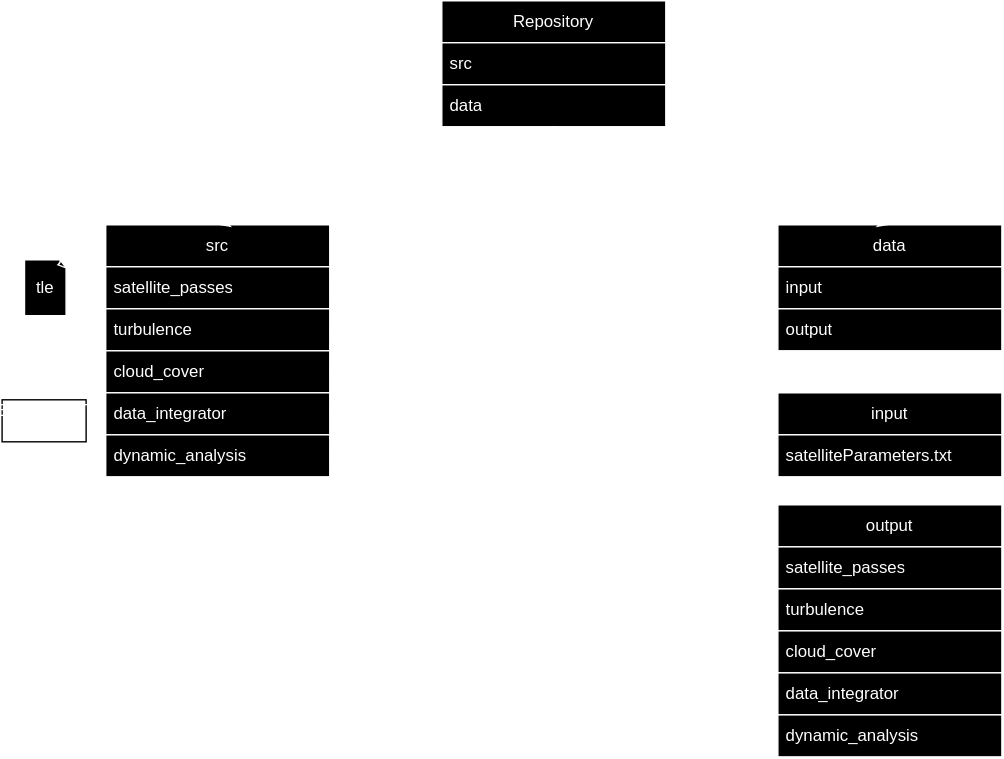
Earlier version of the draw.io export assets/software_architecture_vF.svg (connor-a-casey/fso-simulation). Source tidied: cells renumbered, new cells last; positions are measured from the earlier drawing's top-left corner, leaving out a move shared by most shapes.
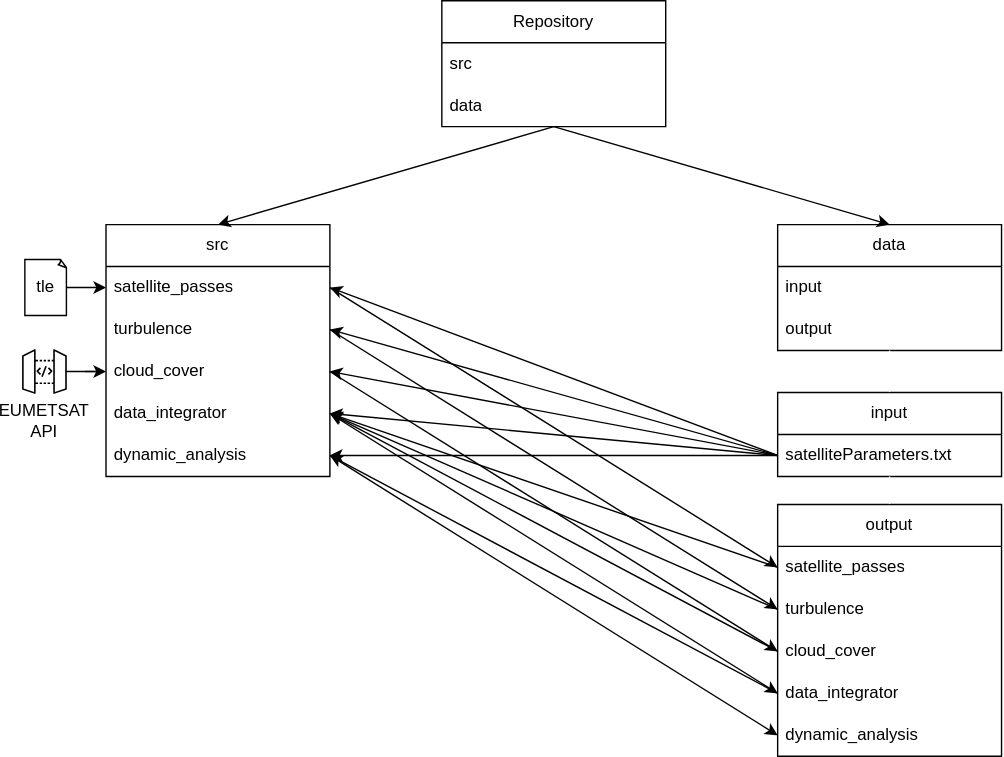
The same file after the commit.

The edit, as a diff of the source:
```diff
@@ -1,2 +1,2 @@
-<mxGraphModel>
+<mxGraphModel background="#ffffff">
   <root>
@@ -4,66 +4,68 @@
     <mxCell id="1" parent="0" />
-    <mxCell id="2" value="Repository" style="swimlane;fontStyle=0;horizontal=1;startSize=30;whiteSpace=wrap;html=1;strokeColor=#FFFFFF;fontColor=#FFFFFF;fillColor=#000000;" parent="1" vertex="1">
+    <mxCell id="2" value="Repository" style="swimlane;fontStyle=0;horizontal=1;startSize=30;whiteSpace=wrap;html=1;fillColor=none;" parent="1" vertex="1">
       <mxGeometry x="314" width="160" height="90" as="geometry" />
     </mxCell>
-    <mxCell id="3" value="src" style="text;strokeColor=#FFFFFF;fillColor=#000000;align=left;verticalAlign=middle;spacingLeft=4;spacingRight=4;overflow=hidden;whiteSpace=wrap;html=1;fontColor=#FFFFFF;" parent="2" vertex="1">
+    <mxCell id="3" value="src" style="text;fillColor=none;align=left;verticalAlign=middle;spacingLeft=4;spacingRight=4;overflow=hidden;whiteSpace=wrap;html=1;" parent="2" vertex="1">
       <mxGeometry y="30" width="160" height="30" as="geometry" />
     </mxCell>
-    <mxCell id="4" value="data" style="text;strokeColor=#FFFFFF;fillColor=#000000;align=left;verticalAlign=middle;spacingLeft=4;spacingRight=4;overflow=hidden;whiteSpace=wrap;html=1;fontColor=#FFFFFF;" parent="2" vertex="1">
+    <mxCell id="4" value="data" style="text;fillColor=none;align=left;verticalAlign=middle;spacingLeft=4;spacingRight=4;overflow=hidden;whiteSpace=wrap;html=1;" parent="2" vertex="1">
       <mxGeometry y="60" width="160" height="30" as="geometry" />
     </mxCell>
-    <mxCell id="5" value="src" style="swimlane;fontStyle=0;horizontal=1;startSize=30;whiteSpace=wrap;html=1;strokeColor=#FFFFFF;fontColor=#FFFFFF;fillColor=#000000;" parent="1" vertex="1">
+    <mxCell id="5" value="src" style="swimlane;fontStyle=0;horizontal=1;startSize=30;whiteSpace=wrap;html=1;fillColor=none;" parent="1" vertex="1">
       <mxGeometry x="74" y="160" width="160" height="180" as="geometry" />
     </mxCell>
-    <mxCell id="6" value="satellite_passes" style="text;strokeColor=#FFFFFF;fillColor=#000000;align=left;verticalAlign=middle;spacingLeft=4;spacingRight=4;overflow=hidden;points=[[0,0.5],[1,0.5]];portConstraint=eastwest;whiteSpace=wrap;html=1;fontColor=#FFFFFF;" parent="5" vertex="1">
+    <mxCell id="6" value="satellite_passes" style="text;fillColor=none;align=left;verticalAlign=middle;spacingLeft=4;spacingRight=4;overflow=hidden;points=[[0,0.5],[1,0.5]];portConstraint=eastwest;whiteSpace=wrap;html=1;" parent="5" vertex="1">
       <mxGeometry y="30" width="160" height="30" as="geometry" />
     </mxCell>
-    <mxCell id="7" value="turbulence" style="text;strokeColor=#FFFFFF;fillColor=#000000;align=left;verticalAlign=middle;spacingLeft=4;spacingRight=4;overflow=hidden;points=[[0,0.5],[1,0.5]];portConstraint=eastwest;whiteSpace=wrap;html=1;fontColor=#FFFFFF;" parent="5" vertex="1">
+    <mxCell id="7" value="turbulence" style="text;fillColor=none;align=left;verticalAlign=middle;spacingLeft=4;spacingRight=4;overflow=hidden;points=[[0,0.5],[1,0.5]];portConstraint=eastwest;whiteSpace=wrap;html=1;" parent="5" vertex="1">
       <mxGeometry y="60" width="160" height="30" as="geometry" />
     </mxCell>
-    <mxCell id="8" value="cloud_cover" style="text;strokeColor=#FFFFFF;fillColor=#000000;align=left;verticalAlign=middle;spacingLeft=4;spacingRight=4;overflow=hidden;points=[[0,0.5],[1,0.5]];portConstraint=eastwest;whiteSpace=wrap;html=1;fontColor=#FFFFFF;" parent="5" vertex="1">
+    <mxCell id="8" value="cloud_cover" style="text;fillColor=none;align=left;verticalAlign=middle;spacingLeft=4;spacingRight=4;overflow=hidden;points=[[0,0.5],[1,0.5]];portConstraint=eastwest;whiteSpace=wrap;html=1;" parent="5" vertex="1">
       <mxGeometry y="90" width="160" height="30" as="geometry" />
     </mxCell>
-    <mxCell id="9" value="data_integrator" style="text;strokeColor=#FFFFFF;fillColor=#000000;align=left;verticalAlign=middle;spacingLeft=4;spacingRight=4;overflow=hidden;points=[[0,0.5],[1,0.5]];portConstraint=eastwest;whiteSpace=wrap;html=1;fontColor=#FFFFFF;" parent="5" vertex="1">
+    <mxCell id="9" value="data_integrator" style="text;fillColor=none;align=left;verticalAlign=middle;spacingLeft=4;spacingRight=4;overflow=hidden;points=[[0,0.5],[1,0.5]];portConstraint=eastwest;whiteSpace=wrap;html=1;" parent="5" vertex="1">
       <mxGeometry y="120" width="160" height="30" as="geometry" />
     </mxCell>
-    <mxCell id="10" value="dynamic_analysis" style="text;strokeColor=#FFFFFF;fillColor=#000000;align=left;verticalAlign=middle;spacingLeft=4;spacingRight=4;overflow=hidden;points=[[0,0.5],[1,0.5]];portConstraint=eastwest;whiteSpace=wrap;html=1;fontColor=#FFFFFF;" parent="5" vertex="1">
+    <mxCell id="10" value="dynamic_analysis" style="text;fillColor=none;align=left;verticalAlign=middle;spacingLeft=4;spacingRight=4;overflow=hidden;points=[[0,0.5],[1,0.5]];portConstraint=eastwest;whiteSpace=wrap;html=1;" parent="5" vertex="1">
       <mxGeometry y="150" width="160" height="30" as="geometry" />
     </mxCell>
-    <mxCell id="11" value="data" style="swimlane;fontStyle=0;horizontal=1;startSize=30;whiteSpace=wrap;html=1;strokeColor=#FFFFFF;fontColor=#FFFFFF;fillColor=#000000;" parent="1" vertex="1">
+    <mxCell id="11" value="data" style="swimlane;fontStyle=0;horizontal=1;startSize=30;whiteSpace=wrap;html=1;fillColor=none;" parent="1" vertex="1">
       <mxGeometry x="554" y="160" width="160" height="90" as="geometry" />
     </mxCell>
-    <mxCell id="12" value="input" style="text;strokeColor=#FFFFFF;fillColor=#000000;align=left;verticalAlign=middle;spacingLeft=4;spacingRight=4;overflow=hidden;whiteSpace=wrap;html=1;fontColor=#FFFFFF;" parent="11" vertex="1">
+    <mxCell id="12" value="input" style="text;fillColor=none;align=left;verticalAlign=middle;spacingLeft=4;spacingRight=4;overflow=hidden;whiteSpace=wrap;html=1;" parent="11" vertex="1">
       <mxGeometry y="30" width="160" height="30" as="geometry" />
     </mxCell>
-    <mxCell id="13" value="output" style="text;strokeColor=#FFFFFF;fillColor=#000000;align=left;verticalAlign=middle;spacingLeft=4;spacingRight=4;overflow=hidden;whiteSpace=wrap;html=1;fontColor=#FFFFFF;" parent="11" vertex="1">
+    <mxCell id="13" value="output" style="text;fillColor=none;align=left;verticalAlign=middle;spacingLeft=4;spacingRight=4;overflow=hidden;whiteSpace=wrap;html=1;" parent="11" vertex="1">
       <mxGeometry y="60" width="160" height="30" as="geometry" />
     </mxCell>
-    <mxCell id="14" value="input" style="swimlane;fontStyle=0;horizontal=1;startSize=30;whiteSpace=wrap;html=1;strokeColor=#FFFFFF;fontColor=#FFFFFF;fillColor=#000000;" parent="1" vertex="1">
+    <mxCell id="14" value="input" style="swimlane;fontStyle=0;horizontal=1;startSize=30;whiteSpace=wrap;html=1;fillColor=none;" parent="1" vertex="1">
       <mxGeometry x="554" y="280" width="160" height="60" as="geometry" />
     </mxCell>
-    <mxCell id="15" value="satelliteParameters.txt" style="text;strokeColor=#FFFFFF;fillColor=#000000;align=left;verticalAlign=middle;spacingLeft=4;spacingRight=4;overflow=hidden;points=[[0,0.5],[1,0.5]];portConstraint=eastwest;whiteSpace=wrap;html=1;fontColor=#FFFFFF;" parent="14" vertex="1">
+    <mxCell id="15" value="satelliteParameters.txt" style="text;fillColor=none;align=left;verticalAlign=middle;spacingLeft=4;spacingRight=4;overflow=hidden;points=[[0,0.5],[1,0.5]];portConstraint=eastwest;whiteSpace=wrap;html=1;" parent="14" vertex="1">
       <mxGeometry y="30" width="160" height="30" as="geometry" />
     </mxCell>
-    <mxCell id="16" value="output" style="swimlane;fontStyle=0;horizontal=1;startSize=30;whiteSpace=wrap;html=1;strokeColor=#FFFFFF;fontColor=#FFFFFF;fillColor=#000000;" parent="1" vertex="1">
+    <mxCell id="16" value="output" style="swimlane;fontStyle=0;horizontal=1;startSize=30;whiteSpace=wrap;html=1;fillColor=none;" parent="1" vertex="1">
       <mxGeometry x="554" y="360" width="160" height="180" as="geometry" />
     </mxCell>
-    <mxCell id="17" value="satellite_passes" style="text;strokeColor=#FFFFFF;fillColor=#000000;align=left;verticalAlign=middle;spacingLeft=4;spacingRight=4;overflow=hidden;points=[[0,0.5],[1,0.5]];portConstraint=eastwest;whiteSpace=wrap;html=1;fontColor=#FFFFFF;" parent="16" vertex="1">
+    <mxCell id="17" value="satellite_passes" style="text;fillColor=none;align=left;verticalAlign=middle;spacingLeft=4;spacingRight=4;overflow=hidden;points=[[0,0.5],[1,0.5]];portConstraint=eastwest;whiteSpace=wrap;html=1;" parent="16" vertex="1">
       <mxGeometry y="30" width="160" height="30" as="geometry" />
     </mxCell>
-    <mxCell id="18" value="turbulence" style="text;strokeColor=#FFFFFF;fillColor=#000000;align=left;verticalAlign=middle;spacingLeft=4;spacingRight=4;overflow=hidden;points=[[0,0.5],[1,0.5]];portConstraint=eastwest;whiteSpace=wrap;html=1;fontColor=#FFFFFF;" parent="16" vertex="1">
+    <mxCell id="18" value="turbulence" style="text;fillColor=none;align=left;verticalAlign=middle;spacingLeft=4;spacingRight=4;overflow=hidden;points=[[0,0.5],[1,0.5]];portConstraint=eastwest;whiteSpace=wrap;html=1;" parent="16" vertex="1">
       <mxGeometry y="60" width="160" height="30" as="geometry" />
     </mxCell>
-    <mxCell id="19" value="cloud_cover" style="text;strokeColor=#FFFFFF;fillColor=#000000;align=left;verticalAlign=middle;spacingLeft=4;spacingRight=4;overflow=hidden;points=[[0,0.5],[1,0.5]];portConstraint=eastwest;whiteSpace=wrap;html=1;fontColor=#FFFFFF;" parent="16" vertex="1">
+    <mxCell id="19" value="cloud_cover" style="text;fillColor=none;align=left;verticalAlign=middle;spacingLeft=4;spacingRight=4;overflow=hidden;points=[[0,0.5],[1,0.5]];portConstraint=eastwest;whiteSpace=wrap;html=1;" parent="16" vertex="1">
       <mxGeometry y="90" width="160" height="30" as="geometry" />
     </mxCell>
-    <mxCell id="20" value="data_integrator" style="text;strokeColor=#FFFFFF;fillColor=#000000;align=left;verticalAlign=middle;spacingLeft=4;spacingRight=4;overflow=hidden;points=[[0,0.5],[1,0.5]];portConstraint=eastwest;whiteSpace=wrap;html=1;fontColor=#FFFFFF;" parent="16" vertex="1">
+    <mxCell id="20" value="data_integrator" style="text;fillColor=none;align=left;verticalAlign=middle;spacingLeft=4;spacingRight=4;overflow=hidden;points=[[0,0.5],[1,0.5]];portConstraint=eastwest;whiteSpace=wrap;html=1;" parent="16" vertex="1">
       <mxGeometry y="120" width="160" height="30" as="geometry" />
     </mxCell>
-    <mxCell id="21" value="dynamic_analysis" style="text;strokeColor=#FFFFFF;fillColor=#000000;align=left;verticalAlign=middle;spacingLeft=4;spacingRight=4;overflow=hidden;points=[[0,0.5],[1,0.5]];portConstraint=eastwest;whiteSpace=wrap;html=1;fontColor=#FFFFFF;" parent="16" vertex="1">
+    <mxCell id="21" value="dynamic_analysis" style="text;fillColor=none;align=left;verticalAlign=middle;spacingLeft=4;spacingRight=4;overflow=hidden;points=[[0,0.5],[1,0.5]];portConstraint=eastwest;whiteSpace=wrap;html=1;" parent="16" vertex="1">
       <mxGeometry y="150" width="160" height="30" as="geometry" />
     </mxCell>
-    <mxCell id="22" style="endArrow=classic;html=1;rounded=0;exitX=0.5;exitY=1;exitDx=0;exitDy=0;entryX=0.5;entryY=0;entryDx=0;entryDy=0;strokeColor=#FFFFFF;fontColor=#FFFFFF;" parent="1" edge="1" source="2" target="5">
-      <mxGeometry relative="1" as="geometry" />
+    <mxCell id="22" style="endArrow=classic;html=1;rounded=0;exitX=0.5;exitY=1;exitDx=0;exitDy=0;fontColor=#FFFFFF;fillColor=none;" parent="1" edge="1" source="2">
+      <mxGeometry relative="1" as="geometry">
+        <mxPoint x="154" y="160" as="targetPoint" />
+      </mxGeometry>
     </mxCell>
-    <mxCell id="23" style="endArrow=classic;html=1;rounded=0;exitX=0.5;exitY=1;exitDx=0;exitDy=0;entryX=0.5;entryY=0;entryDx=0;entryDy=0;strokeColor=#FFFFFF;fontColor=#FFFFFF;" parent="1" edge="1" source="2" target="11">
+    <mxCell id="23" style="endArrow=classic;html=1;rounded=0;exitX=0.5;exitY=1;exitDx=0;exitDy=0;entryX=0.5;entryY=0;entryDx=0;entryDy=0;fontColor=#FFFFFF;fillColor=none;" parent="1" edge="1" source="2" target="11">
       <mxGeometry relative="1" as="geometry" />
@@ -78,15 +80,15 @@
     </mxCell>
-    <mxCell id="26" style="endArrow=classic;html=1;rounded=0;exitX=0;exitY=0.5;exitDx=0;exitDy=0;entryX=1;entryY=0.5;entryDx=0;entryDy=0;strokeColor=#FFFFFF;fontColor=#FFFFFF;" parent="1" edge="1" source="15" target="6">
+    <mxCell id="26" style="endArrow=classic;html=1;rounded=0;exitX=0;exitY=0.5;exitDx=0;exitDy=0;entryX=1;entryY=0.5;entryDx=0;entryDy=0;fontColor=#FFFFFF;fillColor=none;" parent="1" edge="1" source="15" target="6">
       <mxGeometry relative="1" as="geometry" />
     </mxCell>
-    <mxCell id="27" style="endArrow=classic;html=1;rounded=0;exitX=0;exitY=0.5;exitDx=0;exitDy=0;entryX=1;entryY=0.5;entryDx=0;entryDy=0;strokeColor=#FFFFFF;fontColor=#FFFFFF;" parent="1" edge="1" source="15" target="7">
+    <mxCell id="27" style="endArrow=classic;html=1;rounded=0;exitX=0;exitY=0.5;exitDx=0;exitDy=0;entryX=1;entryY=0.5;entryDx=0;entryDy=0;fontColor=#FFFFFF;fillColor=none;" parent="1" edge="1" source="15" target="7">
       <mxGeometry relative="1" as="geometry" />
     </mxCell>
-    <mxCell id="28" style="endArrow=classic;html=1;rounded=0;exitX=0;exitY=0.5;exitDx=0;exitDy=0;entryX=1;entryY=0.5;entryDx=0;entryDy=0;strokeColor=#FFFFFF;fontColor=#FFFFFF;" parent="1" edge="1" source="15" target="8">
+    <mxCell id="28" style="endArrow=classic;html=1;rounded=0;exitX=0;exitY=0.5;exitDx=0;exitDy=0;entryX=1;entryY=0.5;entryDx=0;entryDy=0;fontColor=#FFFFFF;fillColor=none;" parent="1" edge="1" source="15" target="8">
       <mxGeometry relative="1" as="geometry" />
     </mxCell>
-    <mxCell id="29" style="endArrow=classic;html=1;rounded=0;exitX=0;exitY=0.5;exitDx=0;exitDy=0;entryX=1;entryY=0.5;entryDx=0;entryDy=0;strokeColor=#FFFFFF;fontColor=#FFFFFF;" parent="1" edge="1" source="15" target="9">
+    <mxCell id="29" style="endArrow=classic;html=1;rounded=0;exitX=0;exitY=0.5;exitDx=0;exitDy=0;entryX=1;entryY=0.5;entryDx=0;entryDy=0;fontColor=#FFFFFF;fillColor=none;" parent="1" edge="1" source="15" target="9">
       <mxGeometry relative="1" as="geometry" />
     </mxCell>
-    <mxCell id="30" style="endArrow=classic;html=1;rounded=0;exitX=0;exitY=0.5;exitDx=0;exitDy=0;entryX=1;entryY=0.5;entryDx=0;entryDy=0;strokeColor=#FFFFFF;fontColor=#FFFFFF;" parent="1" edge="1" source="15" target="10">
+    <mxCell id="30" style="endArrow=classic;html=1;rounded=0;exitX=0;exitY=0.5;exitDx=0;exitDy=0;entryX=1;entryY=0.5;entryDx=0;entryDy=0;fontColor=#FFFFFF;fillColor=none;" parent="1" edge="1" source="15" target="10">
       <mxGeometry relative="1" as="geometry" />
@@ -105,36 +107,36 @@
     </mxCell>
-    <mxCell id="35" style="endArrow=classic;html=1;rounded=0;exitX=1;exitY=0.5;exitDx=0;exitDy=0;entryX=0;entryY=0.5;entryDx=0;entryDy=0;strokeColor=#FFFFFF;fontColor=#FFFFFF;" parent="1" edge="1" source="6" target="17">
+    <mxCell id="35" style="endArrow=classic;html=1;rounded=0;exitX=1;exitY=0.5;exitDx=0;exitDy=0;entryX=0;entryY=0.5;entryDx=0;entryDy=0;fontColor=#FFFFFF;fillColor=none;" parent="1" edge="1" source="6" target="17">
       <mxGeometry relative="1" as="geometry" />
     </mxCell>
-    <mxCell id="36" style="endArrow=classic;html=1;rounded=0;exitX=1;exitY=0.5;exitDx=0;exitDy=0;entryX=0;entryY=0.5;entryDx=0;entryDy=0;strokeColor=#FFFFFF;fontColor=#FFFFFF;" parent="1" edge="1" source="7" target="18">
+    <mxCell id="36" style="endArrow=classic;html=1;rounded=0;exitX=1;exitY=0.5;exitDx=0;exitDy=0;entryX=0;entryY=0.5;entryDx=0;entryDy=0;fontColor=#FFFFFF;fillColor=none;" parent="1" edge="1" source="7" target="18">
       <mxGeometry relative="1" as="geometry" />
     </mxCell>
-    <mxCell id="37" style="endArrow=classic;html=1;rounded=0;exitX=1;exitY=0.5;exitDx=0;exitDy=0;entryX=0;entryY=0.5;entryDx=0;entryDy=0;strokeColor=#FFFFFF;fontColor=#FFFFFF;" parent="1" edge="1" source="8" target="19">
+    <mxCell id="37" style="endArrow=classic;html=1;rounded=0;exitX=1;exitY=0.5;exitDx=0;exitDy=0;entryX=0;entryY=0.5;entryDx=0;entryDy=0;fontColor=#FFFFFF;fillColor=none;" parent="1" edge="1" source="8" target="19">
       <mxGeometry relative="1" as="geometry" />
     </mxCell>
-    <mxCell id="38" style="endArrow=classic;html=1;rounded=0;exitX=1;exitY=0.5;exitDx=0;exitDy=0;entryX=0;entryY=0.5;entryDx=0;entryDy=0;strokeColor=#FFFFFF;fontColor=#FFFFFF;" parent="1" edge="1" source="9" target="20">
+    <mxCell id="38" style="endArrow=classic;html=1;rounded=0;exitX=1;exitY=0.5;exitDx=0;exitDy=0;entryX=0;entryY=0.5;entryDx=0;entryDy=0;fontColor=#FFFFFF;fillColor=none;" parent="1" edge="1" source="9" target="20">
       <mxGeometry relative="1" as="geometry" />
     </mxCell>
-    <mxCell id="39" style="endArrow=classic;html=1;rounded=0;exitX=1;exitY=0.5;exitDx=0;exitDy=0;entryX=0;entryY=0.5;entryDx=0;entryDy=0;strokeColor=#FFFFFF;fontColor=#FFFFFF;" parent="1" edge="1" source="10" target="21">
+    <mxCell id="39" style="endArrow=classic;html=1;rounded=0;exitX=1;exitY=0.5;exitDx=0;exitDy=0;entryX=0;entryY=0.5;entryDx=0;entryDy=0;fontColor=#FFFFFF;fillColor=none;" parent="1" edge="1" source="10" target="21">
       <mxGeometry relative="1" as="geometry" />
     </mxCell>
-    <mxCell id="40" style="endArrow=classic;html=1;rounded=0;exitX=0;exitY=0.5;exitDx=0;exitDy=0;entryX=1;entryY=0.5;entryDx=0;entryDy=0;strokeColor=#FFFFFF;fontColor=#FFFFFF;" parent="1" edge="1" source="17" target="9">
+    <mxCell id="40" style="endArrow=classic;html=1;rounded=0;exitX=0;exitY=0.5;exitDx=0;exitDy=0;entryX=1;entryY=0.5;entryDx=0;entryDy=0;fontColor=#FFFFFF;fillColor=none;" parent="1" edge="1" source="17" target="9">
       <mxGeometry relative="1" as="geometry" />
     </mxCell>
-    <mxCell id="41" style="endArrow=classic;html=1;rounded=0;exitX=0;exitY=0.5;exitDx=0;exitDy=0;entryX=1;entryY=0.5;entryDx=0;entryDy=0;strokeColor=#FFFFFF;fontColor=#FFFFFF;" parent="1" edge="1" source="18" target="9">
+    <mxCell id="41" style="endArrow=classic;html=1;rounded=0;exitX=0;exitY=0.5;exitDx=0;exitDy=0;entryX=1;entryY=0.5;entryDx=0;entryDy=0;fontColor=#FFFFFF;fillColor=none;" parent="1" edge="1" source="18" target="9">
       <mxGeometry relative="1" as="geometry" />
     </mxCell>
-    <mxCell id="42" style="endArrow=classic;html=1;rounded=0;exitX=0;exitY=0.5;exitDx=0;exitDy=0;entryX=1;entryY=0.5;entryDx=0;entryDy=0;strokeColor=#FFFFFF;fontColor=#FFFFFF;" parent="1" edge="1" source="19" target="9">
+    <mxCell id="42" style="endArrow=classic;html=1;rounded=0;exitX=0;exitY=0.5;exitDx=0;exitDy=0;entryX=1;entryY=0.5;entryDx=0;entryDy=0;fontColor=#FFFFFF;fillColor=none;" parent="1" edge="1" source="19" target="9">
       <mxGeometry relative="1" as="geometry" />
     </mxCell>
-    <mxCell id="43" style="endArrow=classic;html=1;rounded=0;exitX=0;exitY=0.5;exitDx=0;exitDy=0;entryX=1;entryY=0.5;entryDx=0;entryDy=0;strokeColor=#FFFFFF;fontColor=#FFFFFF;" parent="1" edge="1" source="20" target="10">
+    <mxCell id="43" style="endArrow=classic;html=1;rounded=0;exitX=0;exitY=0.5;exitDx=0;exitDy=0;entryX=1;entryY=0.5;entryDx=0;entryDy=0;fontColor=#FFFFFF;fillColor=none;" parent="1" edge="1" source="20" target="10">
       <mxGeometry relative="1" as="geometry" />
     </mxCell>
-    <mxCell id="44" style="edgeStyle=orthogonalEdgeStyle;rounded=0;jettySize=auto;html=1;entryX=0;entryY=0.5;entryDx=0;entryDy=0;strokeColor=#FFFFFF;fontColor=#FFFFFF;" parent="1" edge="1" source="45" target="6">
+    <mxCell id="44" style="edgeStyle=orthogonalEdgeStyle;rounded=0;jettySize=auto;html=1;entryX=0;entryY=0.5;entryDx=0;entryDy=0;fontColor=#FFFFFF;fillColor=none;" parent="1" edge="1" source="45" target="6">
       <mxGeometry relative="1" as="geometry" />
     </mxCell>
-    <mxCell id="45" value="tle" style="whiteSpace=wrap;html=1;shape=mxgraph.basic.document;fillColor=#000000;strokeColor=#FFFFFF;fontColor=#FFFFFF;" parent="1" vertex="1">
+    <mxCell id="45" value="tle" style="whiteSpace=wrap;html=1;shape=mxgraph.basic.document;fillColor=none;" parent="1" vertex="1">
       <mxGeometry x="16" y="185" width="30" height="40" as="geometry" />
     </mxCell>
-    <mxCell id="46" style="edgeStyle=orthogonalEdgeStyle;rounded=0;orthogonalLoop=1;jettySize=auto;html=1;entryX=0;entryY=0.5;entryDx=0;entryDy=0;strokeColor=#FFFFFF;fontColor=#FFFFFF;" parent="1" edge="1">
+    <mxCell id="46" style="edgeStyle=orthogonalEdgeStyle;rounded=0;orthogonalLoop=1;jettySize=auto;html=1;entryX=0;entryY=0.5;entryDx=0;entryDy=0;fontColor=#FFFFFF;fillColor=none;" parent="1" edge="1">
       <mxGeometry relative="1" as="geometry">
@@ -144,9 +146,9 @@
     </mxCell>
-    <mxCell id="47" style="sketch=0;dashed=0;verticalLabelPosition=bottom;verticalAlign=top;align=center;html=1;fontSize=12;fontStyle=0;shape=mxgraph.aws4.resourceIcon;resIcon=mxgraph.aws4.api_gateway;fillStyle=solid;strokeColor=#FFFFFF;fontColor=#FFFFFF;fillColor=none;" parent="1" vertex="1">
+    <mxCell id="47" style="sketch=0;dashed=0;verticalLabelPosition=bottom;verticalAlign=top;align=center;html=1;fontSize=12;fontStyle=0;shape=mxgraph.aws4.resourceIcon;resIcon=mxgraph.aws4.api_gateway;fillStyle=solid;fillColor=none;" parent="1" vertex="1">
       <mxGeometry x="9" y="245" width="42" height="40" as="geometry" />
     </mxCell>
-    <mxCell id="48" style="line;strokeWidth=1;fillColor=none;align=left;verticalAlign=middle;spacingTop=-1;spacingLeft=3;spacingRight=3;labelPosition=right;strokeColor=#FFFFFF;fontColor=#FFFFFF;" parent="1" vertex="1">
+    <mxCell id="48" style="line;strokeWidth=1;fillColor=none;align=left;verticalAlign=middle;spacingTop=-1;spacingLeft=3;spacingRight=3;labelPosition=right;" parent="1" vertex="1">
       <mxGeometry x="45" y="261" width="25" height="8" as="geometry" />
     </mxCell>
-    <mxCell id="49" value="&lt;div&gt;EUMETSAT&lt;/div&gt;&lt;div&gt;API&lt;br&gt;&lt;/div&gt;" style="text;strokeColor=#000000;align=center;fillColor=none;html=1;verticalAlign=middle;whiteSpace=wrap;rounded=0;fontColor=#FFFFFF;" parent="1" vertex="1">
+    <mxCell id="49" value="&lt;div&gt;EUMETSAT&lt;/div&gt;&lt;div&gt;API&lt;br&gt;&lt;/div&gt;" style="text;align=center;fillColor=none;html=1;verticalAlign=middle;whiteSpace=wrap;rounded=0;" parent="1" vertex="1">
       <mxGeometry y="285" width="60" height="30" as="geometry" />
```
